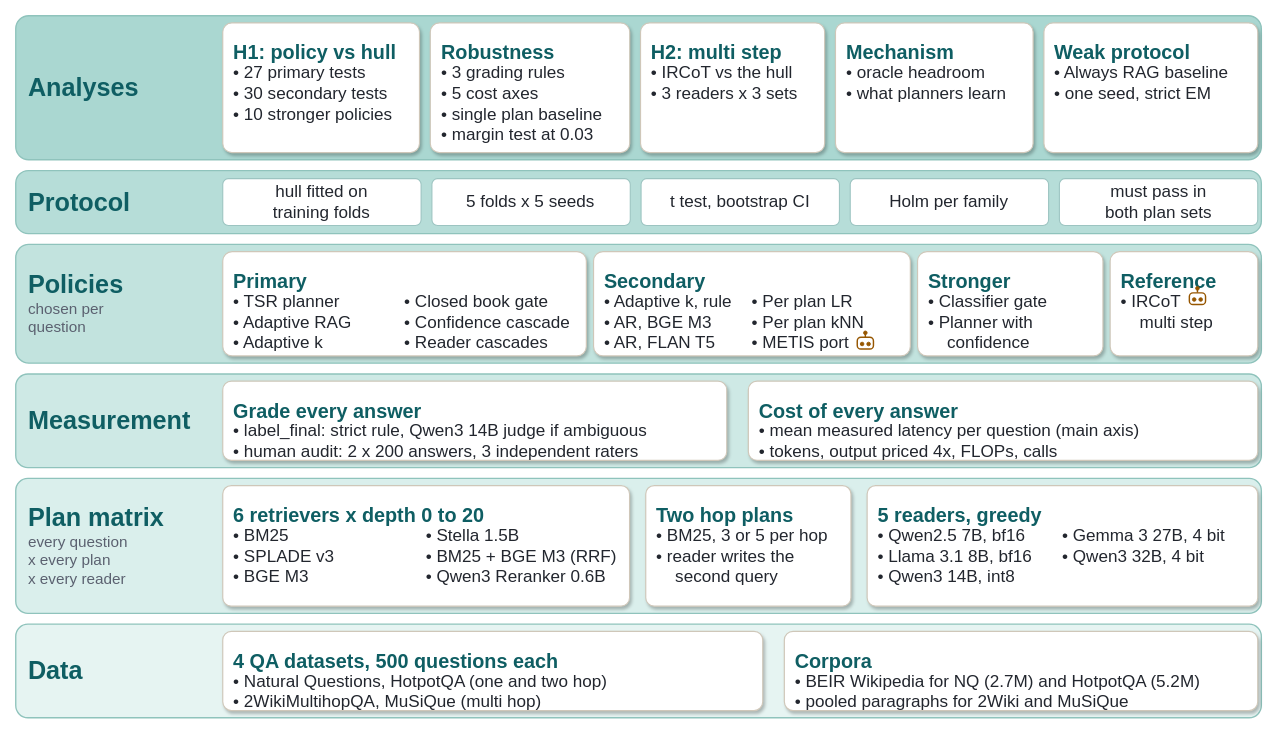
Above: results_full/figures_final/fig_framework.drawio in yasirsaleem-lab/FunnelPlan (draw.io), before the change. Source tidied: cells renumbered, new cells numbered last; positions are measured from the earlier drawing's top-left corner, leaving out a move shared by most shapes. Both pictures are drawn from the tidied source at 90%, with x=0, y=0 at pixel (15, 15).
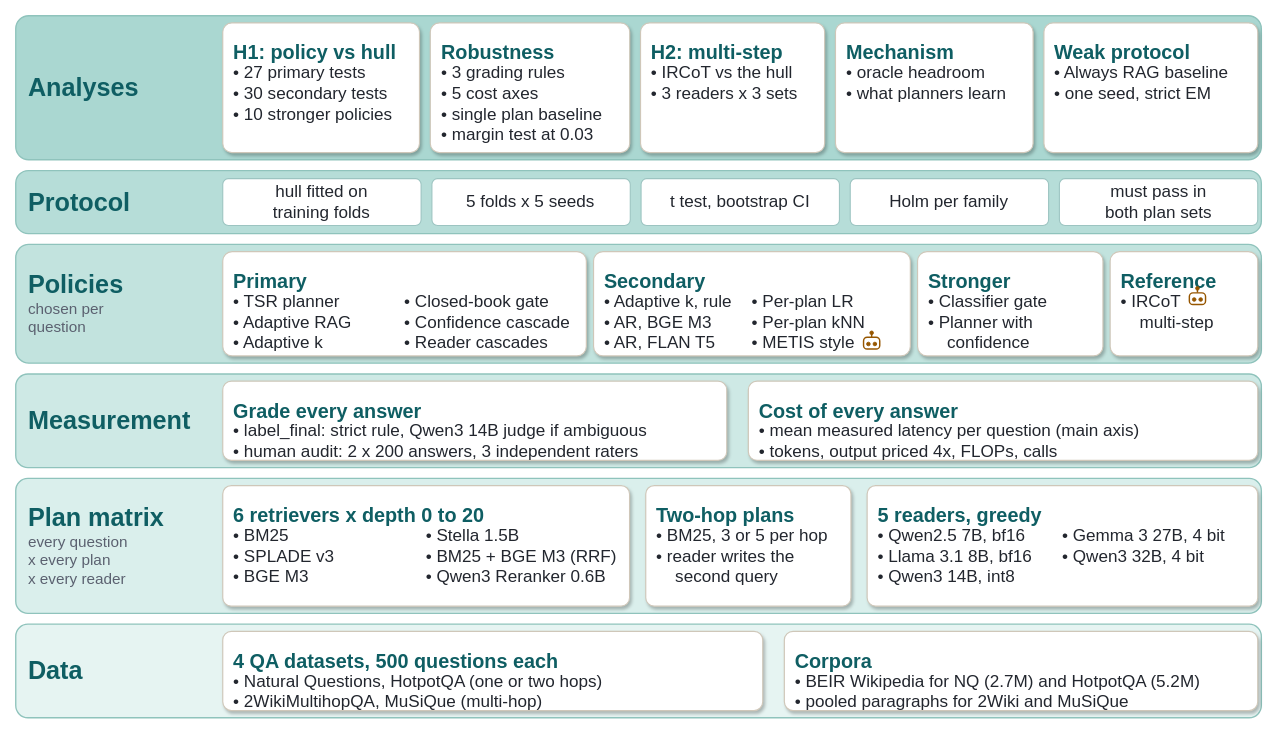
Above is the later version.

Diff of the diagram source:
```diff
@@
-    <mxCell id="11" value="&lt;b&gt;&lt;font style=&quot;font-size:22px&quot; color=&quot;#0F5E63&quot;&gt;H2: multi step&lt;/font&gt;&lt;/b&gt;" style="text;html=1;whiteSpace=wrap;fillColor=none;strokeColor=none;fontFamily=Helvetica;align=left;verticalAlign=top;spacing=12;" parent="1" vertex="1">
+    <mxCell id="11" value="&lt;b&gt;&lt;font style=&quot;font-size:22px&quot; color=&quot;#0F5E63&quot;&gt;H2: multi-step&lt;/font&gt;&lt;/b&gt;" style="text;html=1;whiteSpace=wrap;fillColor=none;strokeColor=none;fontFamily=Helvetica;align=left;verticalAlign=top;spacing=12;" parent="1" vertex="1">
       <mxGeometry x="694.2" y="12" width="204.6" height="30.8" as="geometry" />
     </mxCell>
@@
-    <mxCell id="36" value="&lt;font style=&quot;font-size:19px&quot; color=&quot;#22262E&quot;&gt;• Closed book gate&lt;/font&gt;&lt;br&gt;&lt;font style=&quot;font-size:19px&quot; color=&quot;#22262E&quot;&gt;• Confidence cascade&lt;/font&gt;&lt;br&gt;&lt;font style=&quot;font-size:19px&quot; color=&quot;#22262E&quot;&gt;• Reader cascades&lt;/font&gt;" style="text;html=1;whiteSpace=wrap;fillColor=none;strokeColor=none;fontFamily=Helvetica;align=left;verticalAlign=top;spacing=0;" parent="1" vertex="1">
+    <mxCell id="36" value="&lt;font style=&quot;font-size:19px&quot; color=&quot;#22262E&quot;&gt;• Closed-book gate&lt;/font&gt;&lt;br&gt;&lt;font style=&quot;font-size:19px&quot; color=&quot;#22262E&quot;&gt;• Confidence cascade&lt;/font&gt;&lt;br&gt;&lt;font style=&quot;font-size:19px&quot; color=&quot;#22262E&quot;&gt;• Reader cascades&lt;/font&gt;" style="text;html=1;whiteSpace=wrap;fillColor=none;strokeColor=none;fontFamily=Helvetica;align=left;verticalAlign=top;spacing=0;" parent="1" vertex="1">
       <mxGeometry x="432" y="301.9" width="190" height="78.1" as="geometry" />
     </mxCell>
@@
-    <mxCell id="40" value="&lt;font style=&quot;font-size:19px&quot; color=&quot;#22262E&quot;&gt;• Per plan LR&lt;/font&gt;&lt;br&gt;&lt;font style=&quot;font-size:19px&quot; color=&quot;#22262E&quot;&gt;• Per plan kNN&lt;/font&gt;&lt;br&gt;&lt;font style=&quot;font-size:19px&quot; color=&quot;#22262E&quot;&gt;• METIS port&lt;/font&gt;" style="text;html=1;whiteSpace=wrap;fillColor=none;strokeColor=none;fontFamily=Helvetica;align=left;verticalAlign=top;spacing=0;" parent="1" vertex="1">
+    <mxCell id="40" value="&lt;font style=&quot;font-size:19px&quot; color=&quot;#22262E&quot;&gt;• Per-plan LR&lt;/font&gt;&lt;br&gt;&lt;font style=&quot;font-size:19px&quot; color=&quot;#22262E&quot;&gt;• Per-plan kNN&lt;/font&gt;&lt;br&gt;&lt;font style=&quot;font-size:19px&quot; color=&quot;#22262E&quot;&gt;• METIS style&lt;/font&gt;" style="text;html=1;whiteSpace=wrap;fillColor=none;strokeColor=none;fontFamily=Helvetica;align=left;verticalAlign=top;spacing=0;" parent="1" vertex="1">
       <mxGeometry x="818" y="301.9" width="164" height="78.1" as="geometry" />
     </mxCell>
     <mxCell id="41" style="endArrow=none;endFill=1;html=1;rounded=0;strokeColor=#965600;strokeWidth=1.6;" parent="1" edge="1">
       <mxGeometry relative="1" as="geometry">
-        <mxPoint x="944" y="353.3" as="sourcePoint" />
-        <mxPoint x="944" y="357.3" as="targetPoint" />
+        <mxPoint x="951" y="353.3" as="sourcePoint" />
+        <mxPoint x="951" y="357.3" as="targetPoint" />
       </mxGeometry>
     </mxCell>
     <mxCell id="42" style="ellipse;html=1;fillColor=#965600;strokeColor=#965600;strokeWidth=1;" parent="1" vertex="1">
-      <mxGeometry x="942" y="350.3" width="4" height="4" as="geometry" />
+      <mxGeometry x="949" y="350.3" width="4" height="4" as="geometry" />
     </mxCell>
     <mxCell id="43" style="rounded=1;arcSize=31;html=1;fillColor=#ffffff;strokeColor=#965600;strokeWidth=1.6;" parent="1" vertex="1">
-      <mxGeometry x="935" y="357.3" width="18" height="13" as="geometry" />
+      <mxGeometry x="942" y="357.3" width="18" height="13" as="geometry" />
     </mxCell>
     <mxCell id="44" style="ellipse;html=1;fillColor=#965600;strokeColor=#965600;strokeWidth=1;" parent="1" vertex="1">
-      <mxGeometry x="938.4" y="362.7" width="4" height="4" as="geometry" />
+      <mxGeometry x="945.4" y="362.7" width="4" height="4" as="geometry" />
     </mxCell>
     <mxCell id="45" style="ellipse;html=1;fillColor=#965600;strokeColor=#965600;strokeWidth=1;" parent="1" vertex="1">
-      <mxGeometry x="945.6" y="362.7" width="4" height="4" as="geometry" />
+      <mxGeometry x="952.6" y="362.7" width="4" height="4" as="geometry" />
     </mxCell>
@@
-    <mxCell id="51" value="&lt;font style=&quot;font-size:19px&quot; color=&quot;#22262E&quot;&gt;• IRCoT&lt;/font&gt;&lt;br&gt;&lt;font style=&quot;font-size:19px&quot; color=&quot;#22262E&quot;&gt;&amp;nbsp;&amp;nbsp;&amp;nbsp;&amp;nbsp;multi step&lt;/font&gt;" style="text;html=1;whiteSpace=wrap;fillColor=none;strokeColor=none;fontFamily=Helvetica;align=left;verticalAlign=top;spacing=0;" parent="1" vertex="1">
+    <mxCell id="51" value="&lt;font style=&quot;font-size:19px&quot; color=&quot;#22262E&quot;&gt;• IRCoT&lt;/font&gt;&lt;br&gt;&lt;font style=&quot;font-size:19px&quot; color=&quot;#22262E&quot;&gt;&amp;nbsp;&amp;nbsp;&amp;nbsp;&amp;nbsp;multi-step&lt;/font&gt;" style="text;html=1;whiteSpace=wrap;fillColor=none;strokeColor=none;fontFamily=Helvetica;align=left;verticalAlign=top;spacing=0;" parent="1" vertex="1">
       <mxGeometry x="1228" y="301.9" width="140" height="53.4" as="geometry" />
     </mxCell>
@@
-    <mxCell id="72" value="&lt;b&gt;&lt;font style=&quot;font-size:22px&quot; color=&quot;#0F5E63&quot;&gt;Two hop plans&lt;/font&gt;&lt;/b&gt;" style="text;html=1;whiteSpace=wrap;fillColor=none;strokeColor=none;fontFamily=Helvetica;align=left;verticalAlign=top;spacing=12;" parent="1" vertex="1">
+    <mxCell id="72" value="&lt;b&gt;&lt;font style=&quot;font-size:22px&quot; color=&quot;#0F5E63&quot;&gt;Two-hop plans&lt;/font&gt;&lt;/b&gt;" style="text;html=1;whiteSpace=wrap;fillColor=none;strokeColor=none;fontFamily=Helvetica;align=left;verticalAlign=top;spacing=12;" parent="1" vertex="1">
       <mxGeometry x="700" y="526" width="228" height="30.8" as="geometry" />
     </mxCell>
@@
-    <mxCell id="82" value="&lt;font style=&quot;font-size:19px&quot; color=&quot;#22262E&quot;&gt;• Natural Questions, HotpotQA (one and two hop)&lt;/font&gt;&lt;br&gt;&lt;font style=&quot;font-size:19px&quot; color=&quot;#22262E&quot;&gt;• 2WikiMultihopQA, MuSiQue (multi hop)&lt;/font&gt;" style="text;html=1;whiteSpace=wrap;fillColor=none;strokeColor=none;fontFamily=Helvetica;align=left;verticalAlign=top;spacing=0;" parent="1" vertex="1">
+    <mxCell id="82" value="&lt;font style=&quot;font-size:19px&quot; color=&quot;#22262E&quot;&gt;• Natural Questions, HotpotQA (one or two hops)&lt;/font&gt;&lt;br&gt;&lt;font style=&quot;font-size:19px&quot; color=&quot;#22262E&quot;&gt;• 2WikiMultihopQA, MuSiQue (multi-hop)&lt;/font&gt;" style="text;html=1;whiteSpace=wrap;fillColor=none;strokeColor=none;fontFamily=Helvetica;align=left;verticalAlign=top;spacing=0;" parent="1" vertex="1">
       <mxGeometry x="242" y="723.9" width="576" height="53.4" as="geometry" />
     </mxCell>
```
